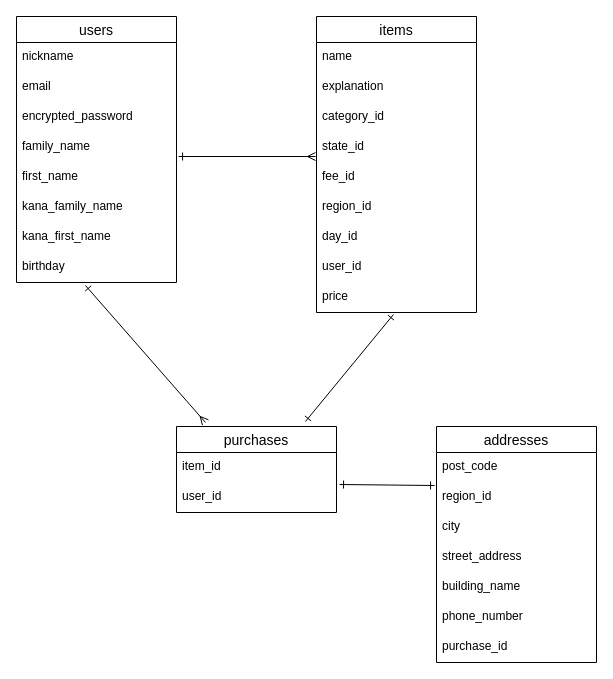
Before: ER.dio in teshio0512/furima-41339, a draw.io diagram. Source tidied: cells renumbered, new cells numbered last; positions are measured from the earlier drawing's top-left corner, leaving out a move shared by most shapes. Both pictures are drawn from the tidied source at 100%, with x=0, y=0 at pixel (16, 16).
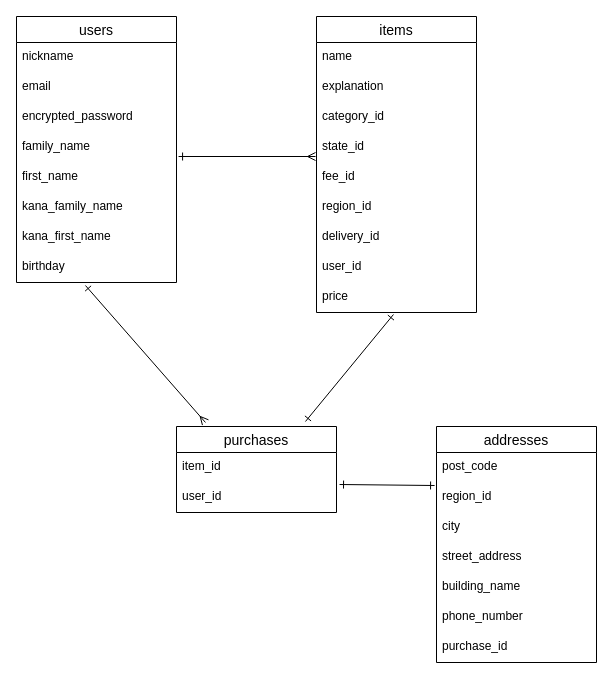
Above is the later version.

The change refers to these unchanged cells:
```xml
<mxCell id="11" value="items" style="swimlane;fontStyle=0;horizontal=1;startSize=26;align=center;fontSize=14;" parent="1" vertex="1">
  <mxGeometry x="300" width="160" height="296" as="geometry" />
</mxCell>
```

The edit, as a diff of the source:
```diff
@@
-    <mxCell id="18" value="day_id" style="text;strokeColor=none;fillColor=none;spacingLeft=4;spacingRight=4;overflow=hidden;fontSize=12;" parent="11" vertex="1">
+    <mxCell id="18" value="delivery_id" style="text;strokeColor=none;fillColor=none;spacingLeft=4;spacingRight=4;overflow=hidden;fontSize=12;" parent="11" vertex="1">
       <mxGeometry y="206" width="160" height="30" as="geometry" />
     </mxCell>
```
